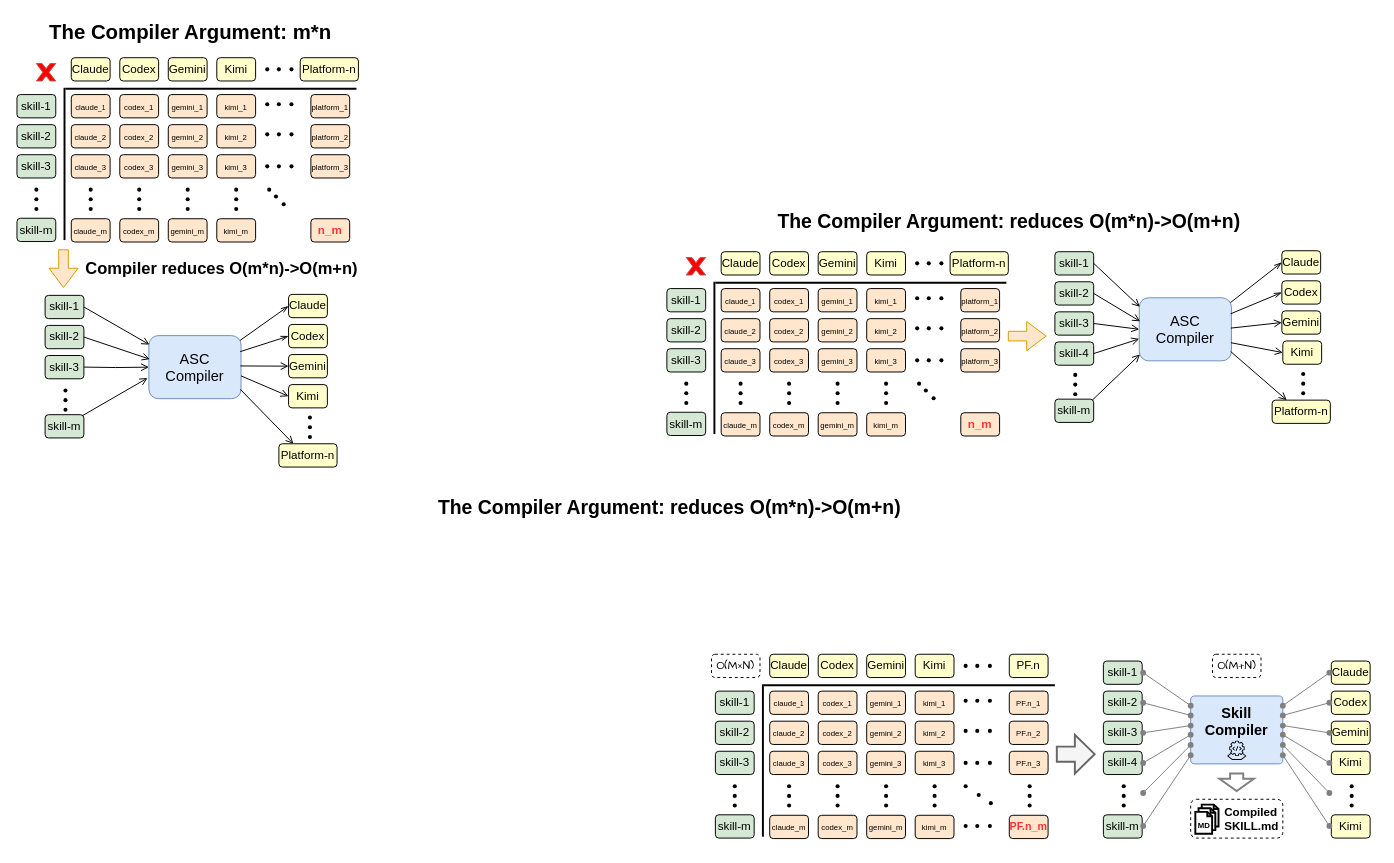
This is docs/diagrams/The Compiler Argument mn v3.drawio from Nexa-Language/Skill-Compiler, a draw.io file, before an edit. Source tidied: cells renumbered, new cells numbered last; positions are measured from the earlier drawing's top-left corner, leaving out a move shared by most shapes. Both pictures are drawn from the tidied source at 97%, with x=0, y=0 at pixel (16, 16).
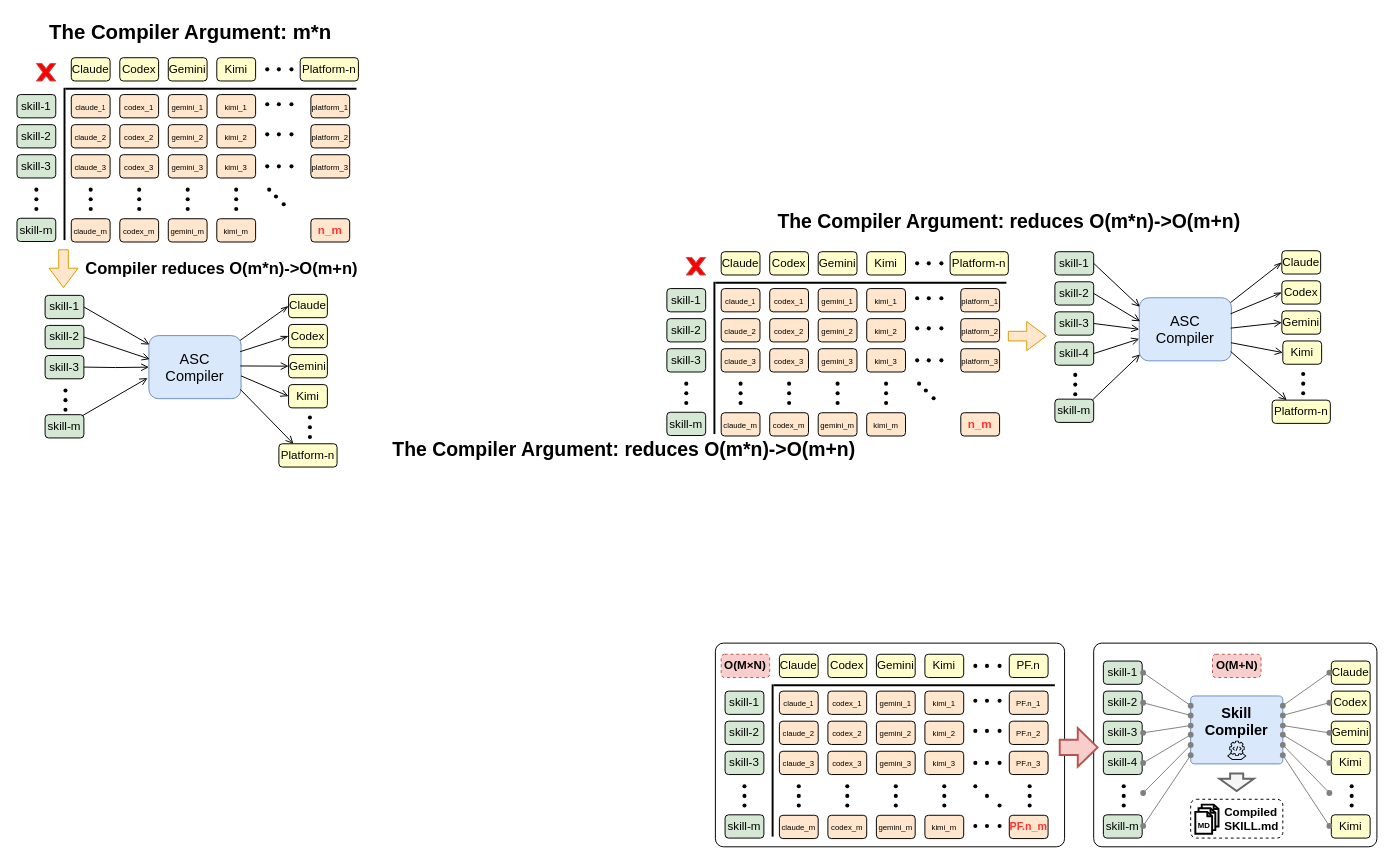
After the change.

The edit, as a diff of the source:
```diff
@@
+    <mxCell id="351" style="rounded=1;whiteSpace=wrap;html=1;arcSize=4;" parent="1" vertex="1">
+      <mxGeometry x="1110" y="645.5" width="292" height="210" as="geometry" />
+    </mxCell>
+    <mxCell id="352" style="rounded=1;whiteSpace=wrap;html=1;arcSize=4;" parent="1" vertex="1">
+      <mxGeometry x="720" y="645.5" width="360" height="210" as="geometry" />
+    </mxCell>
@@
     <mxCell id="207" value="&lt;font style=&quot;font-size: 20px;&quot;&gt;&lt;font style=&quot;&quot;&gt;&lt;b style=&quot;&quot;&gt;The Compiler Argument:&amp;nbsp;&lt;/b&gt;&lt;/font&gt;&lt;b style=&quot;text-align: left;&quot;&gt;reduces O(m*n)-&amp;gt;O(m+n)&lt;/b&gt;&lt;/font&gt;" style="text;html=1;whiteSpace=wrap;strokeColor=none;fillColor=none;align=center;verticalAlign=middle;rounded=0;" parent="1" vertex="1">
-      <mxGeometry x="406" y="490" width="534" height="30" as="geometry" />
+      <mxGeometry x="359" y="430" width="534" height="30" as="geometry" />
     </mxCell>
     <mxCell id="208" style="line;strokeWidth=2;html=1;" parent="1" vertex="1">
-      <mxGeometry x="770" y="684" width="300" height="10" as="geometry" />
+      <mxGeometry x="780" y="684" width="290" height="10" as="geometry" />
     </mxCell>
     <mxCell id="209" style="line;strokeWidth=2;direction=south;html=1;" parent="1" vertex="1">
-      <mxGeometry x="764" y="688" width="10" height="157" as="geometry" />
+      <mxGeometry x="774" y="688" width="10" height="157" as="geometry" />
     </mxCell>
     <mxCell id="210" value="skill-1" style="rounded=1;whiteSpace=wrap;html=1;fillColor=#D5E8D4;" parent="1" vertex="1">
-      <mxGeometry x="720" y="695" width="40" height="24" as="geometry" />
+      <mxGeometry x="730" y="695" width="40" height="24" as="geometry" />
     </mxCell>
     <mxCell id="211" value="skill-3" style="rounded=1;whiteSpace=wrap;html=1;fillColor=#D5E8D4;" parent="1" vertex="1">
-      <mxGeometry x="720" y="757" width="40" height="24" as="geometry" />
+      <mxGeometry x="730" y="757" width="40" height="24" as="geometry" />
     </mxCell>
     <mxCell id="212" value="skill-2" style="rounded=1;whiteSpace=wrap;html=1;fillColor=#D5E8D4;" parent="1" vertex="1">
-      <mxGeometry x="720" y="726" width="40" height="24" as="geometry" />
+      <mxGeometry x="730" y="726" width="40" height="24" as="geometry" />
     </mxCell>
     <mxCell id="213" value="skill-m" style="rounded=1;whiteSpace=wrap;html=1;fillColor=#D5E8D4;" parent="1" vertex="1">
-      <mxGeometry x="720" y="822.5" width="40" height="24" as="geometry" />
+      <mxGeometry x="730" y="822.5" width="40" height="24" as="geometry" />
     </mxCell>
     <mxCell id="214" value="Claude" style="rounded=1;whiteSpace=wrap;html=1;fillColor=#FFFFCC;" parent="1" vertex="1">
-      <mxGeometry x="776" y="657" width="40" height="24" as="geometry" />
+      <mxGeometry x="786" y="657" width="40" height="24" as="geometry" />
     </mxCell>
     <mxCell id="215" value="Codex" style="rounded=1;whiteSpace=wrap;html=1;fillColor=#FFFFCC;" parent="1" vertex="1">
-      <mxGeometry x="826" y="657" width="40" height="24" as="geometry" />
+      <mxGeometry x="836" y="657" width="40" height="24" as="geometry" />
     </mxCell>
     <mxCell id="216" value="Gemini" style="rounded=1;whiteSpace=wrap;html=1;fillColor=#FFFFCC;" parent="1" vertex="1">
-      <mxGeometry x="876" y="657" width="40" height="24" as="geometry" />
+      <mxGeometry x="886" y="657" width="40" height="24" as="geometry" />
     </mxCell>
     <mxCell id="217" value="Kimi" style="rounded=1;whiteSpace=wrap;html=1;fillColor=#FFFFCC;" parent="1" vertex="1">
-      <mxGeometry x="926" y="657" width="40" height="24" as="geometry" />
+      <mxGeometry x="936" y="657" width="40" height="24" as="geometry" />
     </mxCell>
     <mxCell id="218" value="&lt;font style=&quot;font-size: 8px;&quot;&gt;claude&lt;/font&gt;&lt;font style=&quot;font-size: 6.66667px;&quot;&gt;_1&lt;/font&gt;" style="rounded=1;whiteSpace=wrap;html=1;fillColor=#FFE6CC;" parent="1" vertex="1">
-      <mxGeometry x="776" y="695" width="40" height="24" as="geometry" />
+      <mxGeometry x="786" y="695" width="40" height="24" as="geometry" />
     </mxCell>
     <mxCell id="219" value="&lt;font style=&quot;font-size: 8px;&quot;&gt;claude_2&lt;/font&gt;" style="rounded=1;whiteSpace=wrap;html=1;fillColor=#FFE6CC;" parent="1" vertex="1">
-      <mxGeometry x="776" y="726" width="40" height="24" as="geometry" />
+      <mxGeometry x="786" y="726" width="40" height="24" as="geometry" />
     </mxCell>
     <mxCell id="220" value="&lt;font style=&quot;font-size: 8px;&quot;&gt;claude_3&lt;/font&gt;" style="rounded=1;whiteSpace=wrap;html=1;fillColor=#FFE6CC;" parent="1" vertex="1">
-      <mxGeometry x="776" y="757" width="40" height="24" as="geometry" />
+      <mxGeometry x="786" y="757" width="40" height="24" as="geometry" />
     </mxCell>
     <mxCell id="221" value="&lt;font style=&quot;font-size: 8px;&quot;&gt;codex_1&lt;/font&gt;" style="rounded=1;whiteSpace=wrap;html=1;fillColor=#FFE6CC;" parent="1" vertex="1">
-      <mxGeometry x="826" y="695" width="40" height="24" as="geometry" />
+      <mxGeometry x="836" y="695" width="40" height="24" as="geometry" />
     </mxCell>
     <mxCell id="222" value="&lt;font style=&quot;font-size: 8px;&quot;&gt;codex_2&lt;/font&gt;" style="rounded=1;whiteSpace=wrap;html=1;fillColor=#FFE6CC;" parent="1" vertex="1">
-      <mxGeometry x="826" y="726" width="40" height="24" as="geometry" />
+      <mxGeometry x="836" y="726" width="40" height="24" as="geometry" />
     </mxCell>
     <mxCell id="223" value="&lt;font style=&quot;font-size: 8px;&quot;&gt;codex_3&lt;/font&gt;" style="rounded=1;whiteSpace=wrap;html=1;fillColor=#FFE6CC;" parent="1" vertex="1">
-      <mxGeometry x="826" y="757" width="40" height="24" as="geometry" />
+      <mxGeometry x="836" y="757" width="40" height="24" as="geometry" />
     </mxCell>
     <mxCell id="224" value="&lt;font style=&quot;font-size: 8px;&quot;&gt;gemini_1&lt;/font&gt;" style="rounded=1;whiteSpace=wrap;html=1;fillColor=#FFE6CC;" parent="1" vertex="1">
-      <mxGeometry x="876" y="695" width="40" height="24" as="geometry" />
+      <mxGeometry x="886" y="695" width="40" height="24" as="geometry" />
     </mxCell>
     <mxCell id="225" value="&lt;font style=&quot;font-size: 8px;&quot;&gt;gemini_2&lt;/font&gt;" style="rounded=1;whiteSpace=wrap;html=1;fillColor=#FFE6CC;" parent="1" vertex="1">
-      <mxGeometry x="876" y="726" width="40" height="24" as="geometry" />
+      <mxGeometry x="886" y="726" width="40" height="24" as="geometry" />
     </mxCell>
     <mxCell id="226" value="&lt;font style=&quot;font-size: 8px;&quot;&gt;gemini_3&lt;/font&gt;" style="rounded=1;whiteSpace=wrap;html=1;fillColor=#FFE6CC;" parent="1" vertex="1">
-      <mxGeometry x="876" y="757" width="40" height="24" as="geometry" />
+      <mxGeometry x="886" y="757" width="40" height="24" as="geometry" />
     </mxCell>
     <mxCell id="227" value="&lt;font style=&quot;font-size: 8px;&quot;&gt;kimi_1&lt;/font&gt;" style="rounded=1;whiteSpace=wrap;html=1;fillColor=#FFE6CC;" parent="1" vertex="1">
-      <mxGeometry x="926" y="695" width="40" height="24" as="geometry" />
+      <mxGeometry x="936" y="695" width="40" height="24" as="geometry" />
     </mxCell>
     <mxCell id="228" value="&lt;font style=&quot;font-size: 8px;&quot;&gt;kimi_2&lt;/font&gt;" style="rounded=1;whiteSpace=wrap;html=1;fillColor=#FFE6CC;" parent="1" vertex="1">
-      <mxGeometry x="926" y="726" width="40" height="24" as="geometry" />
+      <mxGeometry x="936" y="726" width="40" height="24" as="geometry" />
     </mxCell>
     <mxCell id="229" value="&lt;font style=&quot;font-size: 8px;&quot;&gt;kimi_3&lt;/font&gt;" style="rounded=1;whiteSpace=wrap;html=1;fillColor=#FFE6CC;" parent="1" vertex="1">
-      <mxGeometry x="926" y="757" width="40" height="24" as="geometry" />
+      <mxGeometry x="936" y="757" width="40" height="24" as="geometry" />
     </mxCell>
     <mxCell id="230" value="&lt;font style=&quot;font-size: 8px;&quot;&gt;claude_m&lt;/font&gt;" style="rounded=1;whiteSpace=wrap;html=1;fillColor=#FFE6CC;" parent="1" vertex="1">
-      <mxGeometry x="776" y="823" width="40" height="24" as="geometry" />
+      <mxGeometry x="786" y="823" width="40" height="24" as="geometry" />
     </mxCell>
     <mxCell id="231" value="&lt;font style=&quot;font-size: 8px;&quot;&gt;codex_m&lt;/font&gt;" style="rounded=1;whiteSpace=wrap;html=1;fillColor=#FFE6CC;" parent="1" vertex="1">
-      <mxGeometry x="826" y="823" width="40" height="24" as="geometry" />
+      <mxGeometry x="836" y="823" width="40" height="24" as="geometry" />
     </mxCell>
     <mxCell id="232" value="&lt;font style=&quot;font-size: 8px;&quot;&gt;gemini_m&lt;/font&gt;" style="rounded=1;whiteSpace=wrap;html=1;fillColor=#FFE6CC;" parent="1" vertex="1">
-      <mxGeometry x="876" y="823" width="40" height="24" as="geometry" />
+      <mxGeometry x="886" y="823" width="40" height="24" as="geometry" />
     </mxCell>
     <mxCell id="233" value="&lt;font style=&quot;font-size: 8px;&quot;&gt;kimi_m&lt;/font&gt;" style="rounded=1;whiteSpace=wrap;html=1;fillColor=#FFE6CC;" parent="1" vertex="1">
-      <mxGeometry x="926" y="823" width="40" height="24" as="geometry" />
+      <mxGeometry x="936" y="823" width="40" height="24" as="geometry" />
     </mxCell>
@@
-    <mxCell id="237" style="html=1;shadow=0;dashed=0;align=center;verticalAlign=middle;shape=mxgraph.arrows2.arrow;dy=0.61;dx=20.4;notch=0;direction=east;fillColor=#f5f5f5;strokeColor=#666666;fontColor=#333333;strokeWidth=2;" parent="1" vertex="1">
-      <mxGeometry x="1072" y="740" width="39" height="40" as="geometry" />
+    <mxCell id="237" style="html=1;shadow=0;dashed=0;align=center;verticalAlign=middle;shape=mxgraph.arrows2.arrow;dy=0.61;dx=20.4;notch=0;direction=east;fillColor=#f8cecc;strokeColor=#b85450;strokeWidth=2;" parent="1" vertex="1">
+      <mxGeometry x="1075" y="733" width="39" height="40" as="geometry" />
     </mxCell>
     <mxCell id="238" style="group;" parent="1" vertex="1">
-      <mxGeometry x="730" y="783" width="20" height="40" as="geometry" />
+      <mxGeometry x="740" y="783" width="20" height="40" as="geometry" />
     </mxCell>
@@
     <mxCell id="242" style="group;fontStyle=1;" parent="1" vertex="1">
-      <mxGeometry x="786" y="783" width="20" height="40" as="geometry" />
+      <mxGeometry x="796" y="783" width="20" height="40" as="geometry" />
     </mxCell>
@@
     <mxCell id="246" style="group;" parent="1" vertex="1">
-      <mxGeometry x="836" y="783" width="20" height="40" as="geometry" />
+      <mxGeometry x="846" y="783" width="20" height="40" as="geometry" />
     </mxCell>
@@
     <mxCell id="250" style="group;" parent="1" vertex="1">
-      <mxGeometry x="886" y="783" width="20" height="40" as="geometry" />
+      <mxGeometry x="896" y="783" width="20" height="40" as="geometry" />
     </mxCell>
@@
     <mxCell id="254" style="group;" parent="1" vertex="1">
-      <mxGeometry x="936" y="783" width="20" height="40" as="geometry" />
+      <mxGeometry x="946" y="783" width="20" height="40" as="geometry" />
     </mxCell>
@@
     <mxCell id="258" style="group;" parent="1" vertex="1">
-      <mxGeometry x="968" y="659" width="45" height="20" as="geometry" />
+      <mxGeometry x="978" y="659" width="45" height="20" as="geometry" />
     </mxCell>
@@
     <mxCell id="262" style="group;" parent="1" vertex="1">
-      <mxGeometry x="968" y="695" width="45" height="20" as="geometry" />
+      <mxGeometry x="978" y="695" width="45" height="20" as="geometry" />
     </mxCell>
@@
     <mxCell id="266" style="group;" parent="1" vertex="1">
-      <mxGeometry x="968" y="726" width="45" height="20" as="geometry" />
+      <mxGeometry x="978" y="726" width="45" height="20" as="geometry" />
     </mxCell>
@@
     <mxCell id="270" style="group;" parent="1" vertex="1">
-      <mxGeometry x="968" y="759" width="45" height="20" as="geometry" />
+      <mxGeometry x="978" y="759" width="45" height="20" as="geometry" />
     </mxCell>
@@
     <mxCell id="274" style="shape=waypoint;sketch=0;size=6;fillColor=none;perimeter=centerPerimeter;strokeWidth=0.1;" parent="1" vertex="1">
-      <mxGeometry x="968" y="783" width="20" height="20" as="geometry" />
+      <mxGeometry x="978" y="783" width="20" height="20" as="geometry" />
     </mxCell>
     <mxCell id="275" style="shape=waypoint;sketch=0;size=6;fillColor=none;perimeter=centerPerimeter;strokeWidth=0.1;" parent="1" vertex="1">
-      <mxGeometry x="981.5" y="792" width="20" height="20" as="geometry" />
+      <mxGeometry x="990" y="793" width="20" height="20" as="geometry" />
     </mxCell>
     <mxCell id="276" style="shape=waypoint;sketch=0;size=6;fillColor=none;perimeter=centerPerimeter;strokeWidth=0.1;" parent="1" vertex="1">
-      <mxGeometry x="994" y="800.5" width="20" height="20" as="geometry" />
+      <mxGeometry x="1003" y="803" width="20" height="20" as="geometry" />
     </mxCell>
@@
-    <mxCell id="278" style="group;" parent="1" vertex="1">
-      <mxGeometry x="1034" y="783" width="20" height="40" as="geometry" />
-    </mxCell>
-    <mxCell id="279" style="shape=waypoint;sketch=0;size=6;fillColor=none;perimeter=centerPerimeter;strokeWidth=0.1;" parent="278" vertex="1">
-      <mxGeometry y="10" width="20" height="20" as="geometry" />
-    </mxCell>
-    <mxCell id="280" style="shape=waypoint;sketch=0;size=6;fillColor=none;perimeter=centerPerimeter;strokeWidth=0.1;" parent="278" vertex="1">
-      <mxGeometry width="20" height="20" as="geometry" />
-    </mxCell>
-    <mxCell id="281" style="shape=waypoint;sketch=0;size=6;fillColor=none;perimeter=centerPerimeter;strokeWidth=0.1;" parent="278" vertex="1">
-      <mxGeometry y="20" width="20" height="20" as="geometry" />
-    </mxCell>
-    <mxCell id="282" style="group;" parent="1" vertex="1">
-      <mxGeometry x="968" y="824" width="45" height="20" as="geometry" />
-    </mxCell>
-    <mxCell id="283" style="shape=waypoint;sketch=0;size=6;fillColor=none;perimeter=centerPerimeter;strokeWidth=0.1;" parent="282" vertex="1">
-      <mxGeometry width="20" height="20" as="geometry" />
-    </mxCell>
-    <mxCell id="284" style="shape=waypoint;sketch=0;size=6;fillColor=none;perimeter=centerPerimeter;strokeWidth=0.1;" parent="282" vertex="1">
-      <mxGeometry x="12" width="20" height="20" as="geometry" />
-    </mxCell>
-    <mxCell id="285" style="shape=waypoint;sketch=0;size=6;fillColor=none;perimeter=centerPerimeter;strokeWidth=0.1;" parent="282" vertex="1">
-      <mxGeometry x="25" width="20" height="20" as="geometry" />
-    </mxCell>
-    <mxCell id="286" value="&lt;font face=&quot;Comic Sans MS&quot;&gt;O(M×N)&lt;/font&gt;" style="text;html=1;whiteSpace=wrap;strokeColor=default;fillColor=none;align=center;verticalAlign=middle;rounded=1;dashed=1;" parent="1" vertex="1">
-      <mxGeometry x="716" y="657" width="50" height="24" as="geometry" />
+    <mxCell id="286" value="&lt;font&gt;O(M×N)&lt;/font&gt;" style="text;html=1;whiteSpace=wrap;strokeColor=#b85450;fillColor=#f8cecc;align=center;verticalAlign=middle;rounded=1;dashed=1;fontFamily=Helvetica;fontStyle=1;" parent="1" vertex="1">
+      <mxGeometry x="726" y="657" width="50" height="24" as="geometry" />
     </mxCell>
-    <mxCell id="287" value="&lt;font face=&quot;Comic Sans MS&quot;&gt;O(M+N)&lt;/font&gt;" style="text;html=1;whiteSpace=wrap;strokeColor=default;fillColor=none;align=center;verticalAlign=middle;rounded=1;dashed=1;" parent="1" vertex="1">
+    <mxCell id="287" value="&lt;font&gt;O(M+N)&lt;/font&gt;" style="text;html=1;whiteSpace=wrap;strokeColor=#b85450;fillColor=#f8cecc;align=center;verticalAlign=middle;rounded=1;dashed=1;fontFamily=Helvetica;fontStyle=1;" parent="1" vertex="1">
       <mxGeometry x="1232.5" y="657" width="50" height="24" as="geometry" />
     </mxCell>
@@
-    <mxCell id="350" style="shape=flexArrow;endArrow=classic;html=1;rounded=0;width=12.5;endSize=3.5749999999999997;strokeColor=#808080;fillColor=default;strokeWidth=2;" parent="1" edge="1">
+    <mxCell id="350" style="shape=flexArrow;endArrow=classic;html=1;rounded=0;width=12.5;endSize=3.5749999999999997;strokeColor=#666666;fillColor=#f5f5f5;strokeWidth=2;" parent="1" edge="1">
       <mxGeometry relative="1" as="geometry">
         <mxPoint x="1257.4" y="779" as="sourcePoint" />
         <mxPoint x="1257.4" y="799" as="targetPoint" />
       </mxGeometry>
     </mxCell>
+    <mxCell id="281" style="shape=waypoint;sketch=0;size=6;fillColor=none;perimeter=centerPerimeter;strokeWidth=0.1;" parent="1" vertex="1">
+      <mxGeometry x="1034" y="803" width="20" height="20" as="geometry" />
+    </mxCell>
+    <mxCell id="279" style="shape=waypoint;sketch=0;size=6;fillColor=none;perimeter=centerPerimeter;strokeWidth=0.1;" parent="1" vertex="1">
+      <mxGeometry x="1034" y="793" width="20" height="20" as="geometry" />
+    </mxCell>
+    <mxCell id="280" style="shape=waypoint;sketch=0;size=6;fillColor=none;perimeter=centerPerimeter;strokeWidth=0.1;" parent="1" vertex="1">
+      <mxGeometry x="1034" y="783" width="20" height="20" as="geometry" />
+    </mxCell>
+    <mxCell id="283" style="shape=waypoint;sketch=0;size=6;fillColor=none;perimeter=centerPerimeter;strokeWidth=0.1;" parent="1" vertex="1">
+      <mxGeometry x="978" y="824" width="20" height="20" as="geometry" />
+    </mxCell>
+    <mxCell id="284" style="shape=waypoint;sketch=0;size=6;fillColor=none;perimeter=centerPerimeter;strokeWidth=0.1;" parent="1" vertex="1">
+      <mxGeometry x="990" y="824" width="20" height="20" as="geometry" />
+    </mxCell>
+    <mxCell id="285" style="shape=waypoint;sketch=0;size=6;fillColor=none;perimeter=centerPerimeter;strokeWidth=0.1;" parent="1" vertex="1">
+      <mxGeometry x="1003" y="824" width="20" height="20" as="geometry" />
+    </mxCell>
```
